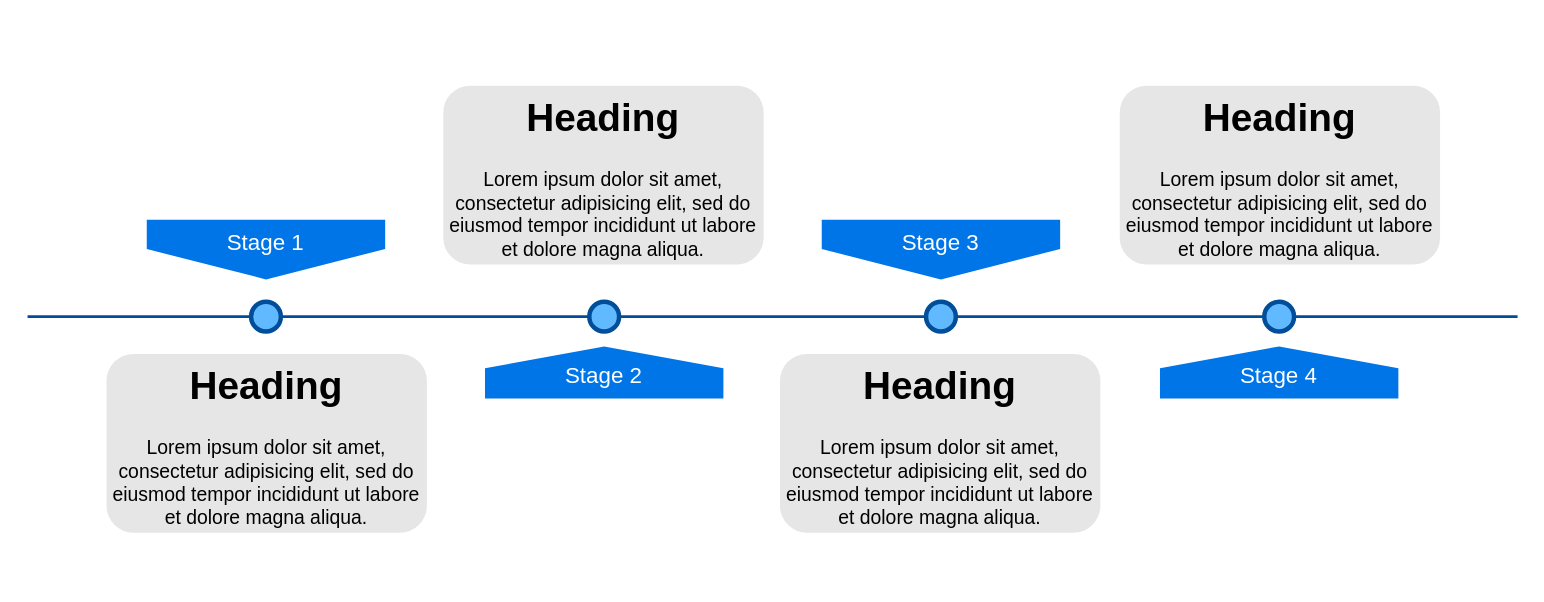
The draw.io diagram Untitled Diagram.drawio in KBP09/Sudoku, before the edit. Source tidied: cells renumbered, new cells numbered last; positions are measured from the earlier drawing's top-left corner, leaving out a move shared by most shapes. Both pictures are drawn from the tidied source at 149%, with x=0, y=0 at pixel (27, 85).
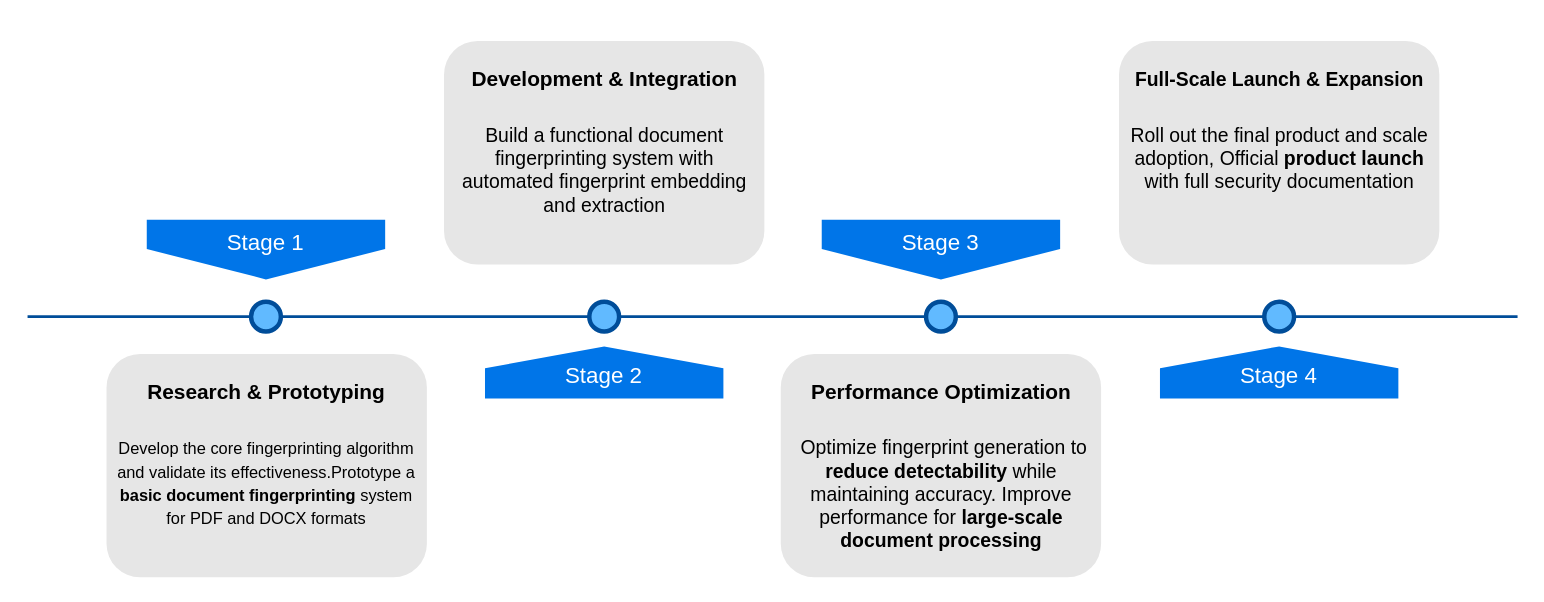
Above is the later version.

The edit, as a diff of the source:
```diff
@@
 <mxGraphModel>
   <root>
     <mxCell id="0" />
     <mxCell id="1" parent="0" />
     <mxCell id="2" style="line;strokeWidth=2;html=1;fillColor=none;fontSize=28;fontColor=#004D99;strokeColor=#004D99;" parent="1" vertex="1">
       <mxGeometry y="150" width="1000" height="10" as="geometry" />
     </mxCell>
     <mxCell id="3" value="Stage 1" style="shape=offPageConnector;whiteSpace=wrap;html=1;fillColor=#0075E8;fontSize=15;fontColor=#FFFFFF;size=0.5093750000000015;verticalAlign=top;strokeColor=none;" parent="1" vertex="1">
       <mxGeometry x="80" y="90" width="160" height="40" as="geometry" />
     </mxCell>
     <mxCell id="4" value="&lt;span&gt;Stage 3&lt;/span&gt;" style="shape=offPageConnector;whiteSpace=wrap;html=1;fillColor=#0075E8;fontSize=15;fontColor=#FFFFFF;size=0.5093750000000015;verticalAlign=top;strokeColor=none;" parent="1" vertex="1">
       <mxGeometry x="533" y="90" width="160" height="40" as="geometry" />
     </mxCell>
     <mxCell id="5" value="&lt;span&gt;Stage 2&lt;/span&gt;" style="shape=offPageConnector;whiteSpace=wrap;html=1;fillColor=#0075E8;fontSize=15;fontColor=#FFFFFF;size=0.4178571428571445;flipV=1;verticalAlign=bottom;strokeColor=none;spacingBottom=4;" parent="1" vertex="1">
       <mxGeometry x="307" y="175" width="160" height="35" as="geometry" />
     </mxCell>
     <mxCell id="6" value="&lt;span&gt;Stage 4&lt;/span&gt;" style="shape=offPageConnector;whiteSpace=wrap;html=1;fillColor=#0075E8;fontSize=15;fontColor=#FFFFFF;size=0.4178571428571445;flipV=1;verticalAlign=bottom;strokeColor=none;spacingBottom=4;" parent="1" vertex="1">
       <mxGeometry x="760" y="175" width="160" height="35" as="geometry" />
     </mxCell>
     <mxCell id="7" style="ellipse;whiteSpace=wrap;html=1;fillColor=#61BAFF;fontSize=28;fontColor=#004D99;strokeWidth=3;strokeColor=#004D99;" parent="1" vertex="1">
       <mxGeometry x="150" y="145" width="20" height="20" as="geometry" />
     </mxCell>
     <mxCell id="8" style="ellipse;whiteSpace=wrap;html=1;fillColor=#61BAFF;fontSize=28;fontColor=#004D99;strokeWidth=3;strokeColor=#004D99;" parent="1" vertex="1">
       <mxGeometry x="377" y="145" width="20" height="20" as="geometry" />
     </mxCell>
     <mxCell id="9" style="ellipse;whiteSpace=wrap;html=1;fillColor=#61BAFF;fontSize=28;fontColor=#004D99;strokeWidth=3;strokeColor=#004D99;" parent="1" vertex="1">
       <mxGeometry x="603" y="145" width="20" height="20" as="geometry" />
     </mxCell>
     <mxCell id="10" style="ellipse;whiteSpace=wrap;html=1;fillColor=#61BAFF;fontSize=28;fontColor=#004D99;strokeWidth=3;strokeColor=#004D99;" parent="1" vertex="1">
       <mxGeometry x="830" y="145" width="20" height="20" as="geometry" />
     </mxCell>
-    <mxCell id="11" value="&lt;h1&gt;Heading&lt;/h1&gt;&lt;p&gt;Lorem ipsum dolor sit amet, consectetur adipisicing elit, sed do eiusmod tempor incididunt ut labore et dolore magna aliqua.&lt;/p&gt;" style="text;html=1;spacing=5;spacingTop=-20;whiteSpace=wrap;overflow=hidden;strokeColor=none;strokeWidth=3;fillColor=#E6E6E6;fontSize=13;fontColor=#000000;align=center;rounded=1;" parent="1" vertex="1">
-      <mxGeometry x="53" y="180" width="215" height="120" as="geometry" />
+    <mxCell id="11" value="&lt;h1&gt;&lt;font style=&quot;font-size: 14px;&quot;&gt;Research &amp;amp; Prototyping&lt;/font&gt;&lt;/h1&gt;&lt;p&gt;&lt;font style=&quot;font-size: 11px;&quot;&gt;Develop the core fingerprinting algorithm and validate its effectiveness.&lt;span style=&quot;background-color: transparent; color: light-dark(rgb(0, 0, 0), rgb(237, 237, 237));&quot;&gt;Prototype a &lt;/span&gt;&lt;strong style=&quot;background-color: transparent; color: light-dark(rgb(0, 0, 0), rgb(237, 237, 237));&quot;&gt;basic document fingerprinting&lt;/strong&gt;&lt;span style=&quot;background-color: transparent; color: light-dark(rgb(0, 0, 0), rgb(237, 237, 237));&quot;&gt; system for PDF and DOCX formats&lt;/span&gt;&lt;/font&gt;&lt;/p&gt;" style="text;html=1;spacing=5;spacingTop=-20;whiteSpace=wrap;overflow=hidden;strokeColor=none;strokeWidth=3;fillColor=#E6E6E6;fontSize=13;fontColor=#000000;align=center;rounded=1;" parent="1" vertex="1">
+      <mxGeometry x="53" y="180" width="215" height="150" as="geometry" />
     </mxCell>
-    <mxCell id="12" value="&lt;h1&gt;Heading&lt;/h1&gt;&lt;p&gt;Lorem ipsum dolor sit amet, consectetur adipisicing elit, sed do eiusmod tempor incididunt ut labore et dolore magna aliqua.&lt;/p&gt;" style="text;html=1;spacing=5;spacingTop=-20;whiteSpace=wrap;overflow=hidden;strokeColor=none;strokeWidth=3;fillColor=#E6E6E6;fontSize=13;fontColor=#000000;align=center;rounded=1;" parent="1" vertex="1">
-      <mxGeometry x="279" width="215" height="120" as="geometry" />
-    </mxCell>
-    <mxCell id="13" value="&lt;h1&gt;Heading&lt;/h1&gt;&lt;p&gt;Lorem ipsum dolor sit amet, consectetur adipisicing elit, sed do eiusmod tempor incididunt ut labore et dolore magna aliqua.&lt;/p&gt;" style="text;html=1;spacing=5;spacingTop=-20;whiteSpace=wrap;overflow=hidden;strokeColor=none;strokeWidth=3;fillColor=#E6E6E6;fontSize=13;fontColor=#000000;align=center;rounded=1;" parent="1" vertex="1">
-      <mxGeometry x="505" y="180" width="215" height="120" as="geometry" />
-    </mxCell>
-    <mxCell id="14" value="&lt;h1&gt;Heading&lt;/h1&gt;&lt;p&gt;Lorem ipsum dolor sit amet, consectetur adipisicing elit, sed do eiusmod tempor incididunt ut labore et dolore magna aliqua.&lt;/p&gt;" style="text;html=1;spacing=5;spacingTop=-20;whiteSpace=wrap;overflow=hidden;strokeColor=none;strokeWidth=3;fillColor=#E6E6E6;fontSize=13;fontColor=#000000;align=center;rounded=1;" parent="1" vertex="1">
-      <mxGeometry x="733" width="215" height="120" as="geometry" />
-    </mxCell>
+    <mxCell id="15" value="&lt;h1&gt;&lt;font style=&quot;font-size: 14px;&quot;&gt;Development &amp;amp; Integration&lt;/font&gt;&lt;/h1&gt;&lt;div&gt;Build a functional document fingerprinting system with automated fingerprint embedding and extraction&lt;/div&gt;" style="text;html=1;spacing=5;spacingTop=-20;whiteSpace=wrap;overflow=hidden;strokeColor=none;strokeWidth=3;fillColor=#E6E6E6;fontSize=13;fontColor=#000000;align=center;rounded=1;" parent="1" vertex="1">
+      <mxGeometry x="279.5" y="-30" width="215" height="150" as="geometry" />
+    </mxCell>
+    <mxCell id="16" value="&lt;h1&gt;&lt;font style=&quot;font-size: 14px;&quot;&gt;Performance Optimization&lt;/font&gt;&lt;/h1&gt;&lt;p&gt;&amp;nbsp;Optimize fingerprint generation to &lt;strong&gt;reduce detectability&lt;/strong&gt; while maintaining accuracy.&amp;nbsp;&lt;span style=&quot;background-color: transparent; color: light-dark(rgb(0, 0, 0), rgb(237, 237, 237));&quot;&gt;Improve performance for &lt;/span&gt;&lt;strong style=&quot;background-color: transparent; color: light-dark(rgb(0, 0, 0), rgb(237, 237, 237));&quot;&gt;large-scale document processing&lt;/strong&gt;&lt;/p&gt;" style="text;html=1;spacing=5;spacingTop=-20;whiteSpace=wrap;overflow=hidden;strokeColor=none;strokeWidth=3;fillColor=#E6E6E6;fontSize=13;fontColor=#000000;align=center;rounded=1;" parent="1" vertex="1">
+      <mxGeometry x="505.5" y="180" width="215" height="150" as="geometry" />
+    </mxCell>
+    <mxCell id="17" value="&lt;h1&gt;&lt;span style=&quot;background-color: transparent; color: light-dark(rgb(0, 0, 0), rgb(237, 237, 237)); font-size: 13px;&quot;&gt;Full-Scale Launch &amp;amp; Expansion&lt;/span&gt;&lt;/h1&gt;&lt;div&gt;Roll out the final product and scale adoption,&amp;nbsp;&lt;span style=&quot;background-color: transparent; color: light-dark(rgb(0, 0, 0), rgb(237, 237, 237));&quot;&gt;Official &lt;/span&gt;&lt;strong style=&quot;background-color: transparent; color: light-dark(rgb(0, 0, 0), rgb(237, 237, 237));&quot;&gt;product launch&lt;/strong&gt;&lt;span style=&quot;background-color: transparent; color: light-dark(rgb(0, 0, 0), rgb(237, 237, 237));&quot;&gt; with full security documentation&lt;/span&gt;&lt;/div&gt;" style="text;html=1;spacing=5;spacingTop=-20;whiteSpace=wrap;overflow=hidden;strokeColor=none;strokeWidth=3;fillColor=#E6E6E6;fontSize=13;fontColor=#000000;align=center;rounded=1;" parent="1" vertex="1">
+      <mxGeometry x="732.5" y="-30" width="215" height="150" as="geometry" />
+    </mxCell>
   </root>
 </mxGraphModel>
```
